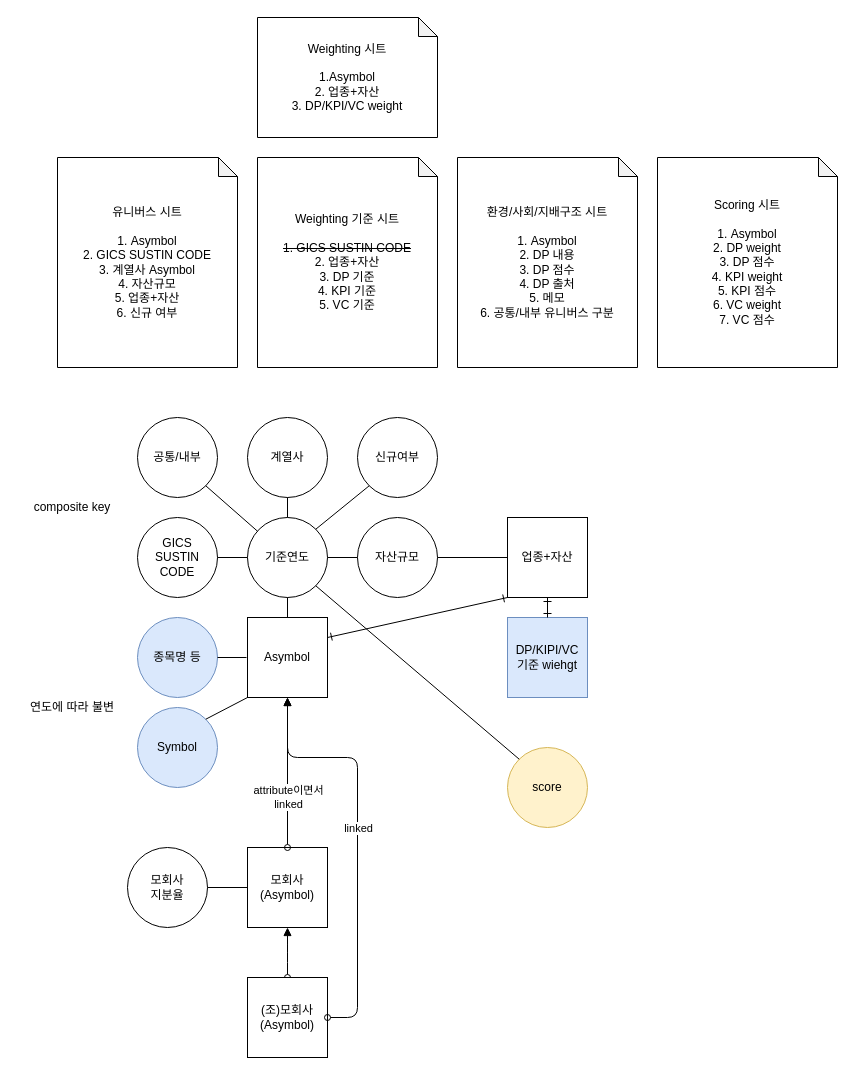
This is Untitled Diagram.drawio from zhilangtaosha/ESG_DataBase, a draw.io file, before an edit. Source tidied: cells renumbered, new cells numbered last; positions are measured from the earlier drawing's top-left corner, leaving out a move shared by most shapes. Both pictures are drawn from the tidied source at 100%, with x=0, y=0 at pixel (17, 17).
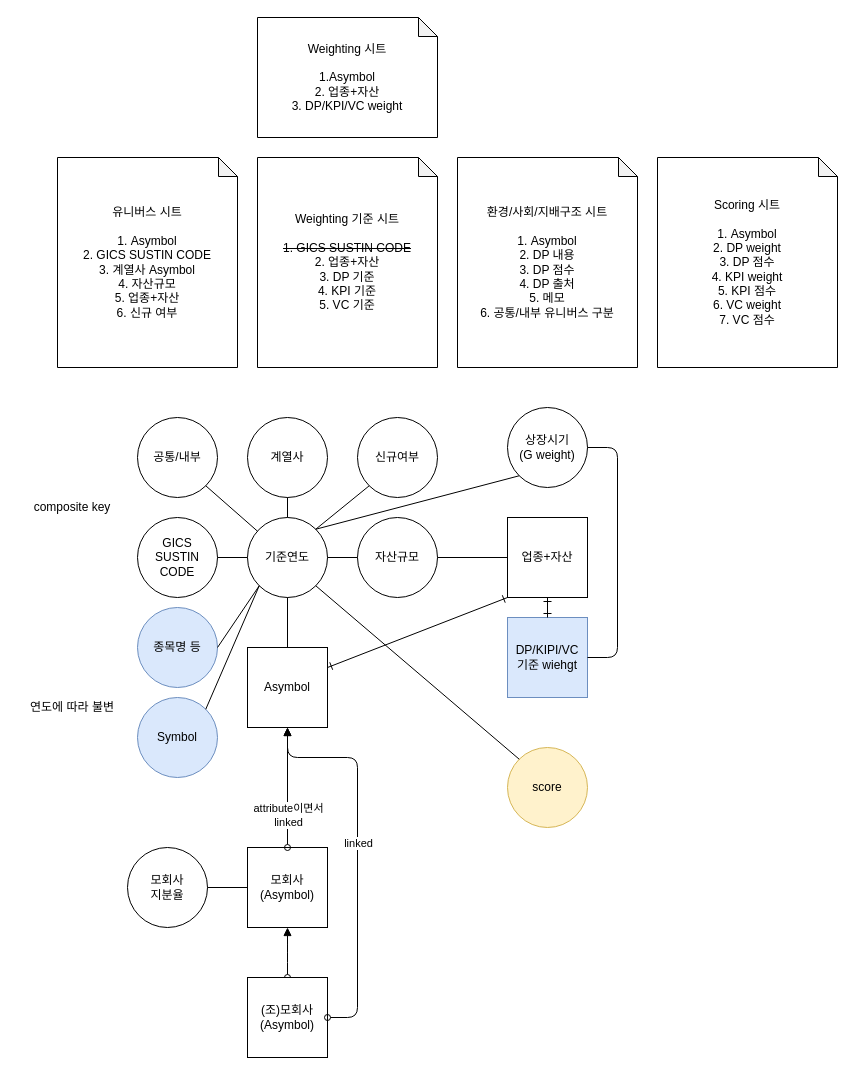
The same page after the edit.

Unchanged cells that the change refers to:
```xml
<mxCell id="8" value="기준연도" style="ellipse;whiteSpace=wrap;html=1;" parent="1" vertex="1">
  <mxGeometry x="230" y="500" width="80" height="80" as="geometry" />
</mxCell>
<mxCell id="23" value="DP/KIPI/VC&lt;br&gt;기준 wiehgt" style="whiteSpace=wrap;html=1;fillColor=#dae8fc;strokeColor=#6c8ebf;" parent="1" vertex="1">
  <mxGeometry x="490" y="600" width="80" height="80" as="geometry" />
</mxCell>
<mxCell id="32" value="신규여부" style="ellipse;whiteSpace=wrap;html=1;" parent="1" vertex="1">
  <mxGeometry x="340" y="400" width="80" height="80" as="geometry" />
</mxCell>
```

Diff of the diagram source:
```diff
@@
     <mxCell id="2" value="Asymbol" style="whiteSpace=wrap;html=1;" parent="1" vertex="1">
-      <mxGeometry x="230" y="600" width="80" height="80" as="geometry" />
+      <mxGeometry x="230" y="630" width="80" height="80" as="geometry" />
     </mxCell>
     <mxCell id="3" value="Symbol" style="ellipse;whiteSpace=wrap;html=1;fillColor=#dae8fc;strokeColor=#6c8ebf;" parent="1" vertex="1">
-      <mxGeometry x="120" y="690" width="80" height="80" as="geometry" />
+      <mxGeometry x="120" y="680" width="80" height="80" as="geometry" />
     </mxCell>
     <mxCell id="4" value="종목명 등" style="ellipse;whiteSpace=wrap;html=1;fillColor=#dae8fc;strokeColor=#6c8ebf;" parent="1" vertex="1">
-      <mxGeometry x="120" y="600" width="80" height="80" as="geometry" />
+      <mxGeometry x="120" y="590" width="80" height="80" as="geometry" />
     </mxCell>
@@
-    <mxCell id="24" style="endArrow=none;html=1;entryX=1;entryY=0.5;entryDx=0;entryDy=0;" parent="1" edge="1" target="4">
-      <mxGeometry relative="1" as="geometry">
-        <mxPoint x="229" y="640" as="sourcePoint" />
-      </mxGeometry>
+    <mxCell id="24" style="endArrow=none;html=1;entryX=1;entryY=0.5;entryDx=0;entryDy=0;exitX=0;exitY=1;exitDx=0;exitDy=0;" parent="1" edge="1" source="8" target="4">
+      <mxGeometry relative="1" as="geometry" />
     </mxCell>
@@
-    <mxCell id="27" style="endArrow=none;html=1;exitX=1;exitY=0;exitDx=0;exitDy=0;entryX=0;entryY=1;entryDx=0;entryDy=0;" parent="1" edge="1" source="3" target="2">
+    <mxCell id="27" style="endArrow=none;html=1;exitX=1;exitY=0;exitDx=0;exitDy=0;entryX=0;entryY=1;entryDx=0;entryDy=0;" parent="1" edge="1" source="3" target="8">
       <mxGeometry relative="1" as="geometry" />
     </mxCell>
@@
-    <mxCell id="33" style="endArrow=none;html=1;exitX=1;exitY=0;exitDx=0;exitDy=0;entryX=0;entryY=1;entryDx=0;entryDy=0;" parent="1" edge="1" source="8" target="32">
+    <mxCell id="33" style="endArrow=none;html=1;entryX=0;entryY=1;entryDx=0;entryDy=0;exitX=1;exitY=0;exitDx=0;exitDy=0;" parent="1" edge="1" source="8" target="32">
       <mxGeometry relative="1" as="geometry" />
     </mxCell>
@@
+    <mxCell id="42" value="상장시기&lt;br&gt;(G weight)" style="ellipse;whiteSpace=wrap;html=1;" parent="1" vertex="1">
+      <mxGeometry x="490" y="390" width="80" height="80" as="geometry" />
+    </mxCell>
+    <mxCell id="43" style="endArrow=none;html=1;edgeStyle=orthogonalEdgeStyle;entryX=1;entryY=0.5;entryDx=0;entryDy=0;exitX=1;exitY=0.5;exitDx=0;exitDy=0;" parent="1" edge="1" source="23" target="42">
+      <mxGeometry relative="1" as="geometry">
+        <Array as="points">
+          <mxPoint x="600" y="640" />
+          <mxPoint x="600" y="430" />
+        </Array>
+      </mxGeometry>
+    </mxCell>
+    <mxCell id="44" style="endArrow=none;html=1;entryX=0;entryY=1;entryDx=0;entryDy=0;exitX=1;exitY=0;exitDx=0;exitDy=0;" parent="1" edge="1" source="8" target="42">
+      <mxGeometry relative="1" as="geometry" />
+    </mxCell>
```
